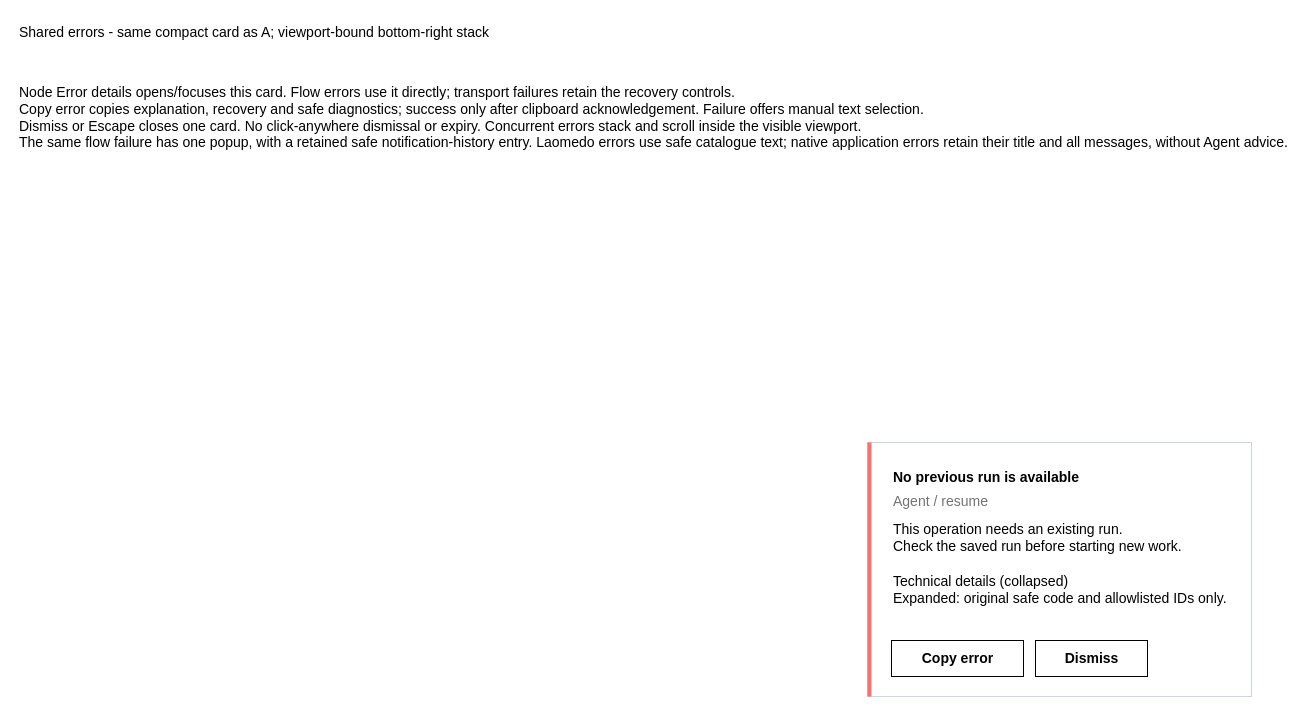
This is page "Shared error popup" (9 of 9) of projects/laomedo/subsystems/agent-execution/design/local-runner-recovery.drawio from amadou-6e/specs, a draw.io file, before an edit. Source tidied: cells renumbered, new cells numbered last; positions are measured from the earlier drawing's top-left corner, leaving out a move shared by most shapes. Both pictures are drawn from the tidied source at 100%, with x=0, y=0 at pixel (17, 17).
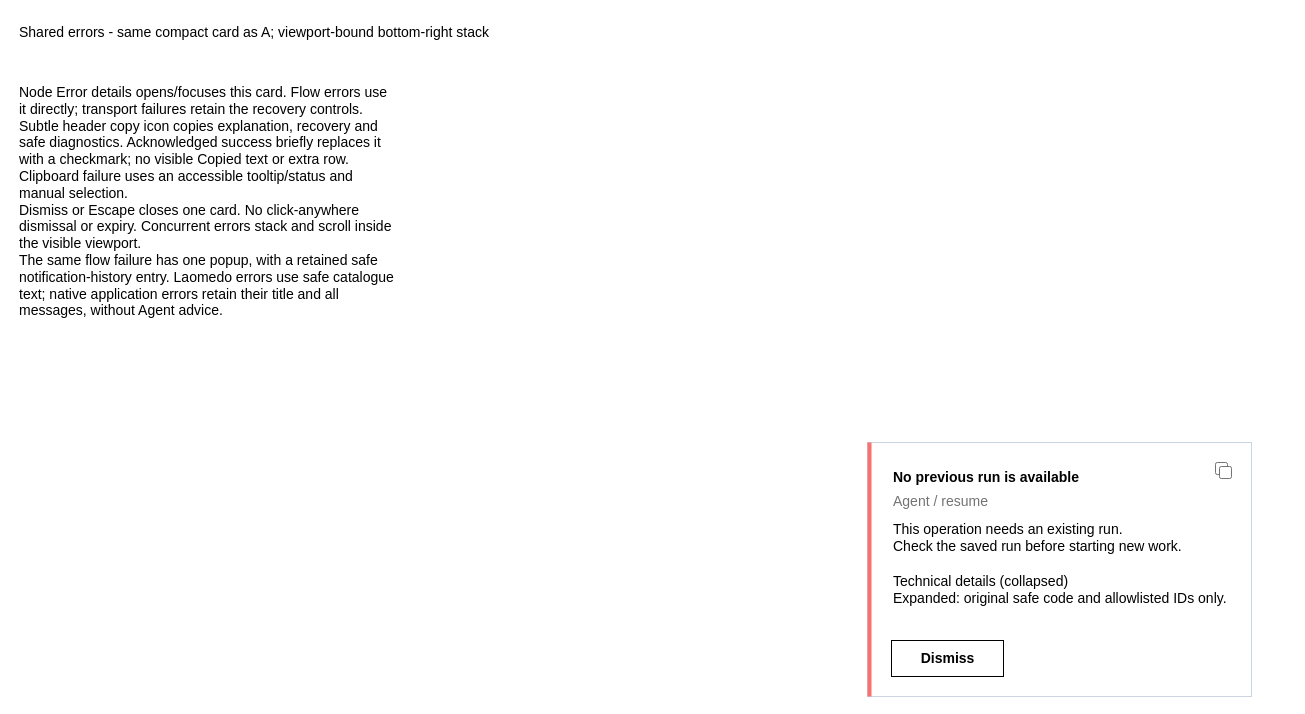
After the change.

Commit message (it also covers changes not shown here):
Specify subtle copy controls and bounded local Claude login reuse

Change to the diagram source:
```diff
@@
 <mxGraphModel>
   <root>
     <mxCell id="0" />
     <mxCell id="1" parent="0" />
     <mxCell id="2" value="Shared errors - same compact card as A; viewport-bound bottom-right stack" style="html=1;fontFamily=Arial;fontSize=14;text;align=left;strokeColor=none;fillColor=none;" parent="1" vertex="1">
       <mxGeometry width="1000" height="30" as="geometry" />
     </mxCell>
     <mxCell id="3" style="html=1;fontFamily=Arial;fontSize=14;rounded=0;fillColor=#FFFFFF;strokeColor=#CBD5E1;" parent="1" vertex="1">
       <mxGeometry x="850" y="425" width="384" height="254" as="geometry" />
     </mxCell>
     <mxCell id="4" style="html=1;fontFamily=Arial;fontSize=14;fillColor=#F87171;strokeColor=none;" parent="1" vertex="1">
       <mxGeometry x="850" y="425" width="4" height="254" as="geometry" />
     </mxCell>
     <mxCell id="5" value="No previous run is available" style="html=1;fontFamily=Arial;fontSize=14;text;fontStyle=1;align=left;strokeColor=none;fillColor=none;" parent="1" vertex="1">
       <mxGeometry x="874" y="445" width="330" height="20" as="geometry" />
     </mxCell>
     <mxCell id="6" value="Agent / resume" style="html=1;fontFamily=Arial;fontSize=14;text;fontColor=#737373;align=left;strokeColor=none;fillColor=none;" parent="1" vertex="1">
       <mxGeometry x="874" y="469" width="320" height="20" as="geometry" />
     </mxCell>
     <mxCell id="7" value="This operation needs an existing run.&lt;br&gt;Check the saved run before starting new work." style="html=1;fontFamily=Arial;fontSize=14;text;align=left;verticalAlign=top;strokeColor=none;fillColor=none;" parent="1" vertex="1">
       <mxGeometry x="874" y="497" width="330" height="44" as="geometry" />
     </mxCell>
     <mxCell id="8" value="Technical details (collapsed)&lt;br&gt;Expanded: original safe code and allowlisted IDs only." style="html=1;fontFamily=Arial;fontSize=14;text;align=left;strokeColor=none;fillColor=none;" parent="1" vertex="1">
       <mxGeometry x="874" y="549" width="330" height="42" as="geometry" />
     </mxCell>
-    <mxCell id="9" value="Copy error" style="html=1;fontFamily=Arial;fontSize=14;rounded=0;fillColor=#FFFFFF;strokeColor=#000000;fontStyle=1;" parent="1" vertex="1">
-      <mxGeometry x="874" y="623" width="132" height="36" as="geometry" />
+    <mxCell id="9" style="rounded=1;fillColor=none;strokeColor=#737373;" parent="1" vertex="1">
+      <mxGeometry x="1198" y="445" width="12" height="12" as="geometry" />
     </mxCell>
     <mxCell id="10" value="Dismiss" style="html=1;fontFamily=Arial;fontSize=14;rounded=0;fillColor=#FFFFFF;strokeColor=#000000;fontStyle=1;" parent="1" vertex="1">
-      <mxGeometry x="1018" y="623" width="112" height="36" as="geometry" />
+      <mxGeometry x="874" y="623" width="112" height="36" as="geometry" />
     </mxCell>
-    <mxCell id="11" value="Node Error details opens/focuses this card. Flow errors use it directly; transport failures retain the recovery controls.&lt;br&gt;Copy error copies explanation, recovery and safe diagnostics; success only after clipboard acknowledgement. Failure offers manual text selection.&lt;br&gt;Dismiss or Escape closes one card. No click-anywhere dismissal or expiry. Concurrent errors stack and scroll inside the visible viewport.&lt;br&gt;The same flow failure has one popup, with a retained safe notification-history entry. Laomedo errors use safe catalogue text; native application errors retain their title and all messages, without Agent advice." style="html=1;fontFamily=Arial;fontSize=14;text;align=left;verticalAlign=top;strokeColor=none;fillColor=none;" parent="1" vertex="1">
-      <mxGeometry y="60" width="1130" height="150" as="geometry" />
+    <mxCell id="11" value="Node Error details opens/focuses this card. Flow errors use it directly; transport failures retain the recovery controls.&lt;br&gt;Subtle header copy icon copies explanation, recovery and safe diagnostics. Acknowledged success briefly replaces it with a checkmark; no visible Copied text or extra row. Clipboard failure uses an accessible tooltip/status and manual selection.&lt;br&gt;Dismiss or Escape closes one card. No click-anywhere dismissal or expiry. Concurrent errors stack and scroll inside the visible viewport.&lt;br&gt;The same flow failure has one popup, with a retained safe notification-history entry. Laomedo errors use safe catalogue text; native application errors retain their title and all messages, without Agent advice." style="html=1;fontFamily=Arial;fontSize=14;text;align=left;verticalAlign=top;strokeColor=none;fillColor=none;whiteSpace=wrap;overflow=visible;" parent="1" vertex="1">
+      <mxGeometry y="60" width="380" height="260" as="geometry" />
     </mxCell>
+    <mxCell id="12" style="rounded=1;fillColor=#FFFFFF;strokeColor=#737373;" parent="1" vertex="1">
+      <mxGeometry x="1202" y="449" width="12" height="12" as="geometry" />
+    </mxCell>
   </root>
 </mxGraphModel>
```
